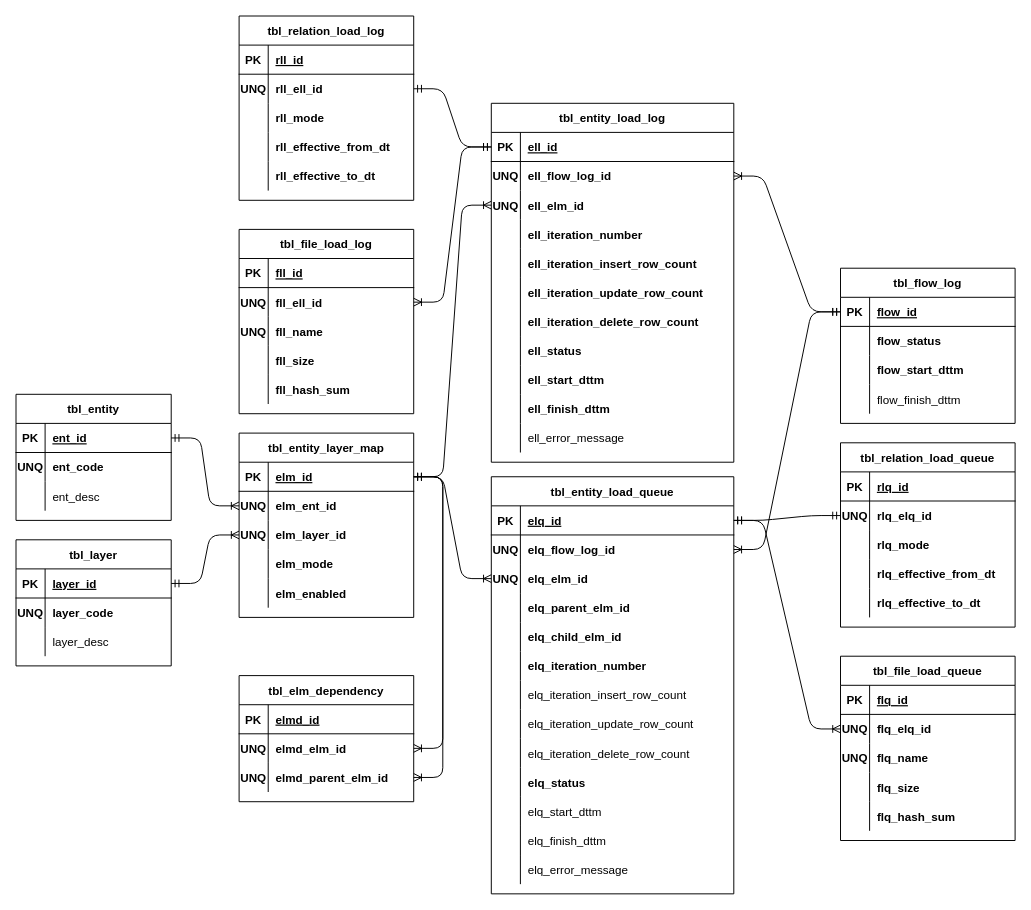
Earlier version of the draw.io diagram diagram/erd/meta.drawio (pw095/Amanauz). Source tidied: cells renumbered, new cells numbered last; positions are measured from the earlier drawing's top-left corner, leaving out a move shared by most shapes. Both pictures are drawn from the tidied source at 97%, with x=0, y=0 at pixel (16, 16).
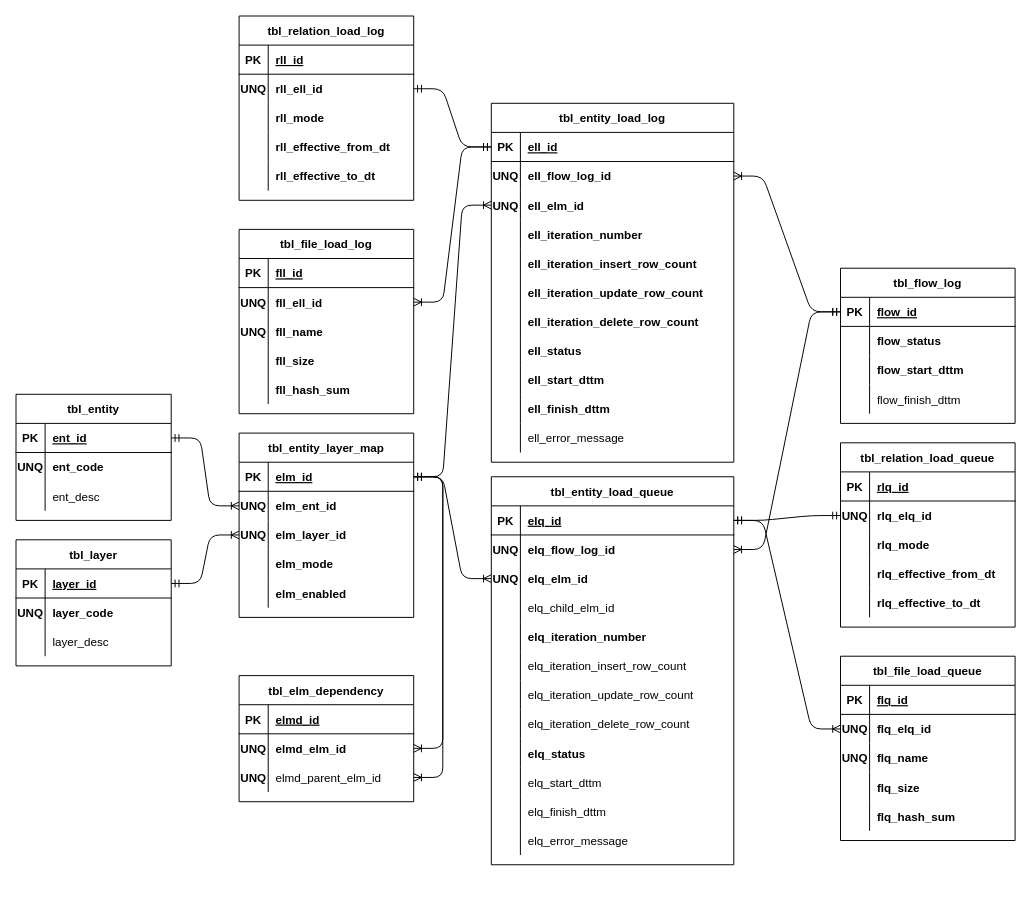
The same page after the edit.

Commit message:
В tbl_entity_load_queue ссылку на родительскую выгрузку заменить ссылкой на дочернюю выгрузку

Unchanged cells that the change refers to:
```xml
<mxCell id="130" style="shape=partialRectangle;fillColor=none;top=0;left=0;bottom=0;right=0;points=[[0,0.5],[1,0.5]];portConstraint=eastwest;" parent="123" vertex="1">
  <mxGeometry y="90" width="180" height="30" as="geometry" />
</mxCell>
<mxCell id="145" style="shape=partialRectangle;fillColor=none;top=0;left=0;bottom=0;right=0;" parent="135" vertex="1">
  <mxGeometry y="120" width="250" height="30" as="geometry" />
</mxCell>
```

Change to the diagram source:
```diff
@@
-    <mxCell id="132" value="elmd_parent_elm_id" style="shape=partialRectangle;fillColor=none;top=0;left=0;bottom=0;right=0;align=left;spacingLeft=6;overflow=hidden;fontStyle=1;" parent="130" vertex="1">
+    <mxCell id="132" value="elmd_parent_elm_id" style="shape=partialRectangle;fillColor=none;top=0;left=0;bottom=0;right=0;align=left;spacingLeft=6;overflow=hidden;fontStyle=0;" parent="130" vertex="1">
       <mxGeometry x="30" width="150" height="30" as="geometry" />
     </mxCell>
@@
     <mxCell id="135" value="tbl_entity_load_queue" style="shape=table;startSize=30;childLayout=tableLayout;rowLines=0;fontStyle=1;align=center;" parent="1" vertex="1">
-      <mxGeometry x="490" y="475" width="250" height="430" as="geometry" />
+      <mxGeometry x="490" y="475" width="250" height="400" as="geometry" />
     </mxCell>
@@
-    <mxCell id="147" value="elq_parent_elm_id" style="shape=partialRectangle;fillColor=none;top=0;left=0;bottom=0;right=0;align=left;spacingLeft=6;overflow=hidden;fontStyle=1;" parent="145" vertex="1">
+    <mxCell id="147" value="elq_child_elm_id" style="shape=partialRectangle;fillColor=none;top=0;left=0;bottom=0;right=0;align=left;spacingLeft=6;overflow=hidden;fontStyle=0;" parent="145" vertex="1">
       <mxGeometry x="30" width="220" height="30" as="geometry" />
     </mxCell>
-    <mxCell id="148" style="shape=partialRectangle;fillColor=none;top=0;left=0;bottom=0;right=0;" parent="135" vertex="1">
-      <mxGeometry y="150" width="250" height="30" as="geometry" />
-    </mxCell>
-    <mxCell id="149" style="shape=partialRectangle;fillColor=none;top=0;left=0;bottom=0;right=0;overflow=hidden;" parent="148" vertex="1">
-      <mxGeometry width="30" height="30" as="geometry" />
-    </mxCell>
-    <mxCell id="150" value="elq_child_elm_id" style="shape=partialRectangle;fillColor=none;top=0;left=0;bottom=0;right=0;align=left;spacingLeft=6;overflow=hidden;fontStyle=1;" parent="148" vertex="1">
-      <mxGeometry x="30" width="220" height="30" as="geometry" />
-    </mxCell>
     <mxCell id="151" style="shape=partialRectangle;fillColor=none;top=0;left=0;bottom=0;right=0;" parent="135" vertex="1">
-      <mxGeometry y="180" width="250" height="30" as="geometry" />
+      <mxGeometry y="150" width="250" height="30" as="geometry" />
     </mxCell>
@@
     <mxCell id="154" style="shape=partialRectangle;fillColor=none;top=0;left=0;bottom=0;right=0;" parent="135" vertex="1">
-      <mxGeometry y="210" width="250" height="30" as="geometry" />
+      <mxGeometry y="180" width="250" height="30" as="geometry" />
     </mxCell>
@@
     <mxCell id="157" style="shape=partialRectangle;fillColor=none;top=0;left=0;bottom=0;right=0;" parent="135" vertex="1">
-      <mxGeometry y="240" width="250" height="30" as="geometry" />
+      <mxGeometry y="210" width="250" height="30" as="geometry" />
     </mxCell>
@@
     <mxCell id="160" style="shape=partialRectangle;fillColor=none;top=0;left=0;bottom=0;right=0;" parent="135" vertex="1">
-      <mxGeometry y="270" width="250" height="30" as="geometry" />
+      <mxGeometry y="240" width="250" height="30" as="geometry" />
     </mxCell>
@@
     <mxCell id="163" style="shape=partialRectangle;fillColor=none;top=0;left=0;bottom=0;right=0;" parent="135" vertex="1">
-      <mxGeometry y="300" width="250" height="30" as="geometry" />
+      <mxGeometry y="270" width="250" height="30" as="geometry" />
     </mxCell>
@@
     <mxCell id="166" style="shape=partialRectangle;fillColor=none;top=0;left=0;bottom=0;right=0;" parent="135" vertex="1">
-      <mxGeometry y="330" width="250" height="30" as="geometry" />
+      <mxGeometry y="300" width="250" height="30" as="geometry" />
     </mxCell>
@@
     <mxCell id="169" style="shape=partialRectangle;fillColor=none;top=0;left=0;bottom=0;right=0;" parent="135" vertex="1">
-      <mxGeometry y="360" width="250" height="30" as="geometry" />
+      <mxGeometry y="330" width="250" height="30" as="geometry" />
     </mxCell>
@@
     <mxCell id="172" style="shape=partialRectangle;fillColor=none;top=0;left=0;bottom=0;right=0;" parent="135" vertex="1">
-      <mxGeometry y="390" width="250" height="30" as="geometry" />
+      <mxGeometry y="360" width="250" height="30" as="geometry" />
     </mxCell>
```
